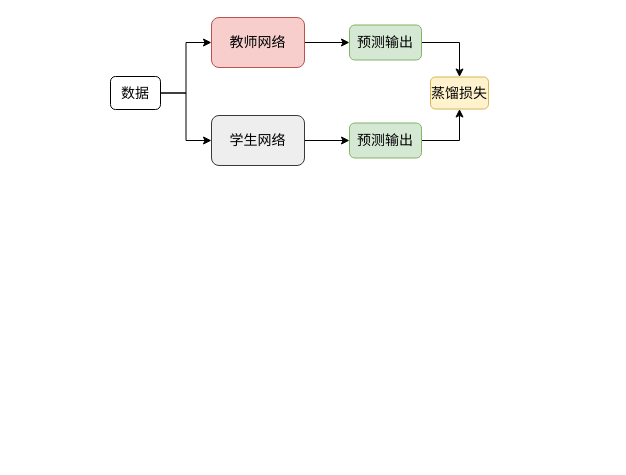
Above: 3-3蒸馏1.drawio in Losh-shi/graduate_map (draw.io), before the change. Source tidied: cells renumbered, new cells numbered last; positions are measured from the earlier drawing's top-left corner, leaving out a move shared by most shapes. Both pictures are drawn from the tidied source at 100%, with x=0, y=0 at pixel (110, 17).
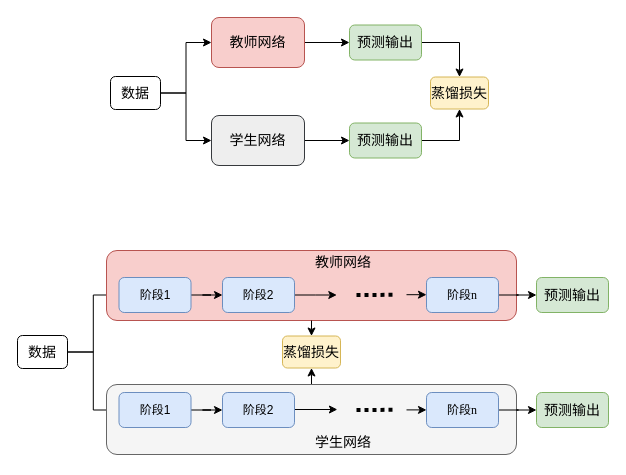
Above is the later version.

The edit, as a diff of the source:
```diff
@@
+    <mxCell id="14" style="edgeStyle=orthogonalEdgeStyle;rounded=0;jettySize=auto;html=1;entryX=0;entryY=0.5;entryDx=0;entryDy=0;" parent="1" edge="1" source="16" target="21">
+      <mxGeometry relative="1" as="geometry" />
+    </mxCell>
+    <mxCell id="15" style="edgeStyle=orthogonalEdgeStyle;rounded=0;jettySize=auto;html=1;entryX=0;entryY=0.5;entryDx=0;entryDy=0;" parent="1" edge="1" source="16" target="34">
+      <mxGeometry relative="1" as="geometry" />
+    </mxCell>
+    <mxCell id="16" value="&lt;font style=&quot;font-size: 14px;&quot; face=&quot;宋体&quot;&gt;数据&lt;/font&gt;" style="rounded=1;whiteSpace=wrap;html=1;" parent="1" vertex="1">
+      <mxGeometry x="-93" y="318" width="50" height="33" as="geometry" />
+    </mxCell>
+    <mxCell id="17" value="&lt;font style=&quot;font-size: 14px;&quot; face=&quot;宋体&quot;&gt;蒸馏损失&lt;/font&gt;" style="rounded=1;whiteSpace=wrap;html=1;fillColor=#fff2cc;strokeColor=#d6b656;" parent="1" vertex="1">
+      <mxGeometry x="172" y="318.5" width="58" height="32" as="geometry" />
+    </mxCell>
+    <mxCell id="18" style="group;" parent="1" vertex="1">
+      <mxGeometry x="-4" y="233" width="502" height="70" as="geometry" />
+    </mxCell>
+    <mxCell id="19" style="rounded=1;whiteSpace=wrap;html=1;fillColor=#f8cecc;strokeColor=#b85450;" parent="18" vertex="1">
+      <mxGeometry width="410" height="70" as="geometry" />
+    </mxCell>
+    <mxCell id="20" style="edgeStyle=orthogonalEdgeStyle;rounded=0;jettySize=auto;html=1;entryX=0;entryY=0.5;entryDx=0;entryDy=0;" parent="18" edge="1" source="21" target="24">
+      <mxGeometry relative="1" as="geometry" />
+    </mxCell>
+    <mxCell id="21" value="&lt;font face=&quot;宋体&quot;&gt;阶段1&lt;/font&gt;" style="rounded=1;whiteSpace=wrap;html=1;fillColor=#dae8fc;strokeColor=#6c8ebf;" parent="18" vertex="1">
+      <mxGeometry x="12.5" y="27" width="72" height="35" as="geometry" />
+    </mxCell>
+    <mxCell id="22" value="&lt;font style=&quot;font-size: 14px;&quot; face=&quot;宋体&quot;&gt;预测输出&lt;/font&gt;" style="rounded=1;whiteSpace=wrap;html=1;fillColor=#d5e8d4;strokeColor=#82b366;" parent="18" vertex="1">
+      <mxGeometry x="430" y="27" width="72" height="35" as="geometry" />
+    </mxCell>
+    <mxCell id="23" style="edgeStyle=orthogonalEdgeStyle;rounded=0;jettySize=auto;html=1;" parent="18" edge="1" source="24">
+      <mxGeometry relative="1" as="geometry">
+        <mxPoint x="230.3" y="44.5" as="targetPoint" />
+      </mxGeometry>
+    </mxCell>
+    <mxCell id="24" value="&lt;font face=&quot;宋体&quot;&gt;阶段2&lt;/font&gt;" style="rounded=1;whiteSpace=wrap;html=1;fillColor=#dae8fc;strokeColor=#6c8ebf;" parent="18" vertex="1">
+      <mxGeometry x="116" y="27" width="72" height="35" as="geometry" />
+    </mxCell>
+    <mxCell id="25" style="endArrow=none;dashed=1;html=1;rounded=0;dashPattern=1 1;strokeWidth=4;" parent="18" edge="1">
+      <mxGeometry relative="1" as="geometry">
+        <mxPoint x="250" y="44.5" as="sourcePoint" />
+        <mxPoint x="290" y="44.3" as="targetPoint" />
+      </mxGeometry>
+    </mxCell>
+    <mxCell id="26" style="edgeStyle=orthogonalEdgeStyle;rounded=0;jettySize=auto;html=1;entryX=0;entryY=0.5;entryDx=0;entryDy=0;" parent="18" edge="1" source="27" target="22">
+      <mxGeometry relative="1" as="geometry" />
+    </mxCell>
+    <mxCell id="27" value="&lt;font face=&quot;宋体&quot;&gt;阶段&lt;/font&gt;&lt;font face=&quot;Times New Roman&quot;&gt;n&lt;/font&gt;" style="rounded=1;whiteSpace=wrap;html=1;fillColor=#dae8fc;strokeColor=#6c8ebf;" parent="18" vertex="1">
+      <mxGeometry x="320" y="27" width="72" height="35" as="geometry" />
+    </mxCell>
+    <mxCell id="28" style="edgeStyle=orthogonalEdgeStyle;rounded=0;orthogonalLoop=1;jettySize=auto;html=1;exitX=0;exitY=0.5;exitDx=0;exitDy=0;entryX=0;entryY=0.5;entryDx=0;entryDy=0;" parent="18" edge="1">
+      <mxGeometry relative="1" as="geometry">
+        <mxPoint x="300" y="44.2" as="sourcePoint" />
+        <mxPoint x="320" y="44.8" as="targetPoint" />
+      </mxGeometry>
+    </mxCell>
+    <mxCell id="29" value="&lt;font style=&quot;font-size: 14px;&quot; face=&quot;宋体&quot;&gt;教师网络&lt;/font&gt;" style="text;align=center;html=1;verticalAlign=middle;whiteSpace=wrap;rounded=1;strokeWidth=1;perimeterSpacing=10;" parent="18" vertex="1">
+      <mxGeometry x="200" y="-3" width="74" height="30" as="geometry" />
+    </mxCell>
+    <mxCell id="30" style="edgeStyle=orthogonalEdgeStyle;rounded=0;jettySize=auto;html=1;exitX=0.5;exitY=1;exitDx=0;exitDy=0;entryX=0.5;entryY=0;entryDx=0;entryDy=0;" parent="1" edge="1" source="19" target="17">
+      <mxGeometry relative="1" as="geometry" />
+    </mxCell>
+    <mxCell id="31" style="edgeStyle=orthogonalEdgeStyle;rounded=0;jettySize=auto;html=1;exitX=0.5;exitY=0;exitDx=0;exitDy=0;entryX=0.5;entryY=1;entryDx=0;entryDy=0;" parent="1" edge="1" source="32" target="17">
+      <mxGeometry relative="1" as="geometry" />
+    </mxCell>
+    <mxCell id="32" style="rounded=1;whiteSpace=wrap;html=1;fillColor=#f5f5f5;strokeColor=#666666;fontColor=#333333;" parent="1" vertex="1">
+      <mxGeometry x="-4" y="367" width="410" height="70" as="geometry" />
+    </mxCell>
+    <mxCell id="33" style="edgeStyle=orthogonalEdgeStyle;rounded=0;jettySize=auto;html=1;entryX=0;entryY=0.5;entryDx=0;entryDy=0;" parent="1" edge="1" source="34" target="37">
+      <mxGeometry relative="1" as="geometry" />
+    </mxCell>
+    <mxCell id="34" value="&lt;font style=&quot;font-size: 12px;&quot; face=&quot;宋体&quot;&gt;阶段1&lt;/font&gt;" style="rounded=1;whiteSpace=wrap;html=1;fillColor=#dae8fc;strokeColor=#6c8ebf;" parent="1" vertex="1">
+      <mxGeometry x="8.5" y="375" width="72" height="35" as="geometry" />
+    </mxCell>
+    <mxCell id="35" value="&lt;font style=&quot;font-size: 14px;&quot; face=&quot;宋体&quot;&gt;预测输出&lt;/font&gt;" style="rounded=1;whiteSpace=wrap;html=1;fillColor=#d5e8d4;strokeColor=#82b366;" parent="1" vertex="1">
+      <mxGeometry x="426" y="375" width="72" height="35" as="geometry" />
+    </mxCell>
+    <mxCell id="36" style="edgeStyle=orthogonalEdgeStyle;rounded=0;jettySize=auto;html=1;" parent="1" edge="1" source="37">
+      <mxGeometry relative="1" as="geometry">
+        <mxPoint x="226.9" y="392" as="targetPoint" />
+      </mxGeometry>
+    </mxCell>
+    <mxCell id="37" value="&lt;font face=&quot;宋体&quot;&gt;阶段2&lt;/font&gt;" style="rounded=1;whiteSpace=wrap;html=1;fillColor=#dae8fc;strokeColor=#6c8ebf;" parent="1" vertex="1">
+      <mxGeometry x="112" y="375" width="72" height="35" as="geometry" />
+    </mxCell>
+    <mxCell id="38" style="endArrow=none;dashed=1;html=1;rounded=0;dashPattern=1 1;strokeWidth=4;" parent="1" edge="1">
+      <mxGeometry relative="1" as="geometry">
+        <mxPoint x="246" y="392.5" as="sourcePoint" />
+        <mxPoint x="286" y="392.3" as="targetPoint" />
+      </mxGeometry>
+    </mxCell>
+    <mxCell id="39" style="edgeStyle=orthogonalEdgeStyle;rounded=0;jettySize=auto;html=1;" parent="1" edge="1" source="41" target="35">
+      <mxGeometry relative="1" as="geometry" />
+    </mxCell>
+    <mxCell id="40" style="edgeStyle=orthogonalEdgeStyle;rounded=0;jettySize=auto;html=1;exitX=0;exitY=0.5;exitDx=0;exitDy=0;entryX=0;entryY=0.5;entryDx=0;entryDy=0;" parent="1" edge="1" target="41">
+      <mxGeometry relative="1" as="geometry">
+        <mxPoint x="296" y="392.4" as="sourcePoint" />
+      </mxGeometry>
+    </mxCell>
+    <mxCell id="41" value="&lt;font face=&quot;宋体&quot;&gt;阶段&lt;/font&gt;&lt;font face=&quot;Times New Roman&quot;&gt;n&lt;/font&gt;" style="rounded=1;whiteSpace=wrap;html=1;fillColor=#dae8fc;strokeColor=#6c8ebf;" parent="1" vertex="1">
+      <mxGeometry x="316" y="375" width="72" height="35" as="geometry" />
+    </mxCell>
+    <mxCell id="42" value="&lt;font style=&quot;font-size: 14px;&quot; face=&quot;宋体&quot;&gt;学生网络&lt;/font&gt;" style="text;align=center;html=1;verticalAlign=middle;whiteSpace=wrap;rounded=1;strokeWidth=1;perimeterSpacing=10;" parent="1" vertex="1">
+      <mxGeometry x="196" y="410" width="74" height="30" as="geometry" />
+    </mxCell>
```
